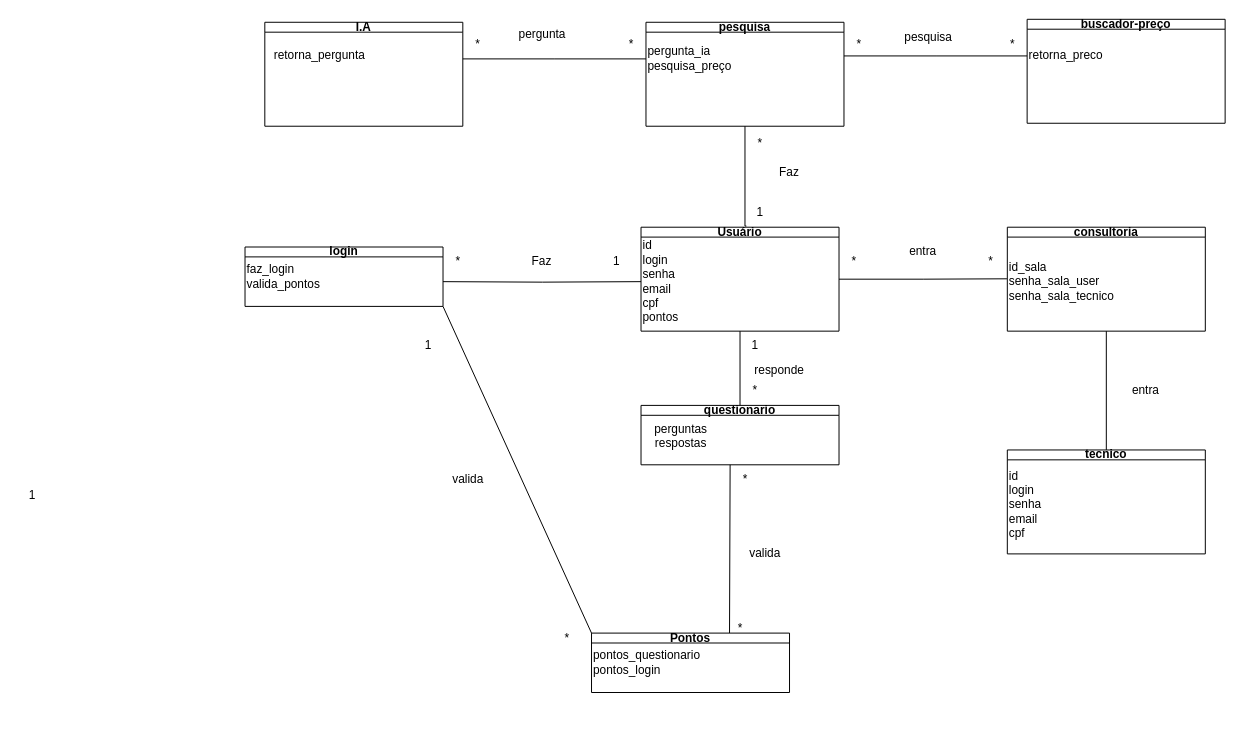
Above: page "Page-10" (10 of 10) of Diagrama sem nome.drawio in devguina/CEFET-Software_Engineering (draw.io), before the change. Source tidied: cells renumbered, new cells numbered last; positions are measured from the earlier drawing's top-left corner, leaving out a move shared by most shapes. Both pictures are drawn from the tidied source at 99%, with x=0, y=0 at pixel (17, 19).
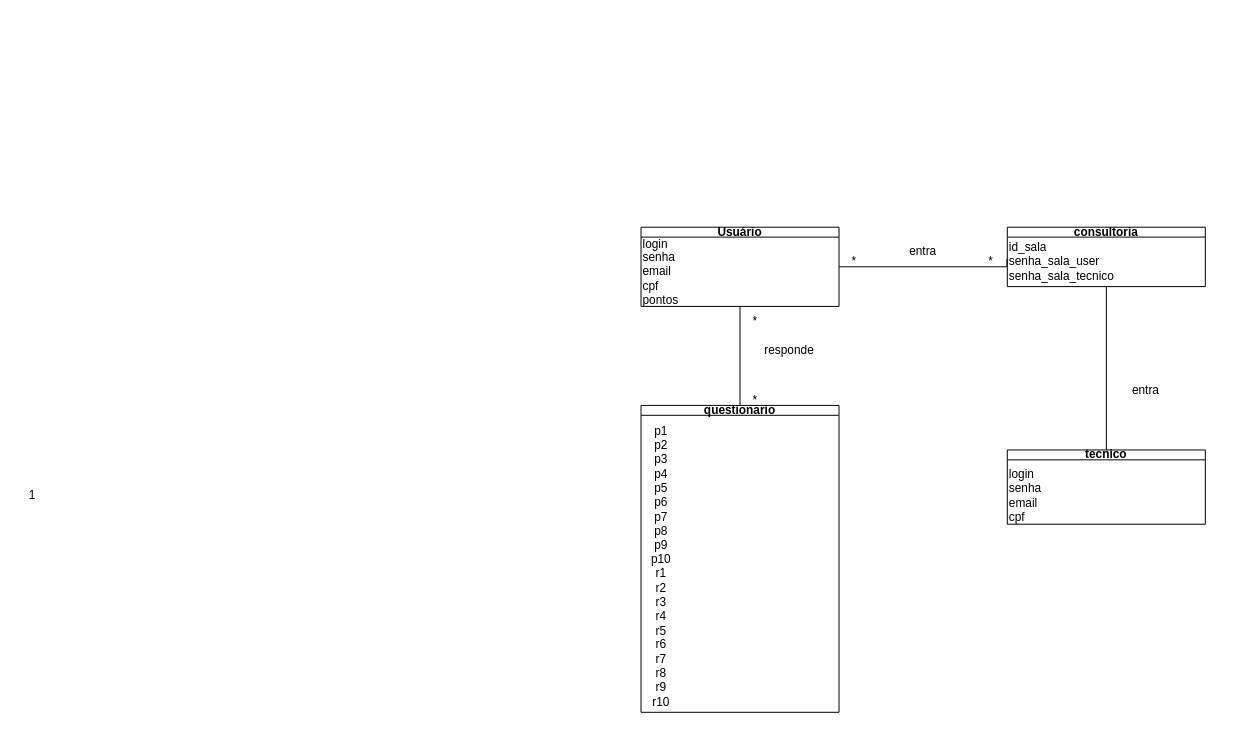
The same page after the edit.

What changed in the source:
```diff
@@
     <mxCell id="3" value="Usuário" style="swimlane;whiteSpace=wrap;html=1;startSize=10;" parent="1" vertex="1">
-      <mxGeometry x="630" y="210" width="200" height="105" as="geometry" />
+      <mxGeometry x="630" y="210" width="200" height="80" as="geometry" />
     </mxCell>
-    <mxCell id="4" value="id&lt;div&gt;login&lt;/div&gt;&lt;div&gt;senha&lt;/div&gt;&lt;div&gt;email&lt;/div&gt;&lt;div&gt;cpf&lt;/div&gt;&lt;div&gt;pontos&lt;/div&gt;" style="text;html=1;align=left;verticalAlign=middle;points=[];strokeColor=none;fillColor=none;" parent="3" vertex="1">
-      <mxGeometry y="5" width="60" height="100" as="geometry" />
+    <mxCell id="4" value="&lt;div&gt;login&lt;/div&gt;&lt;div&gt;senha&lt;/div&gt;&lt;div&gt;email&lt;/div&gt;&lt;div&gt;cpf&lt;/div&gt;&lt;div&gt;pontos&lt;/div&gt;" style="text;html=1;align=left;verticalAlign=middle;points=[];strokeColor=none;fillColor=none;" parent="3" vertex="1">
+      <mxGeometry width="60" height="90" as="geometry" />
     </mxCell>
-    <mxCell id="5" style="edgeStyle=orthogonalEdgeStyle;rounded=0;jettySize=auto;html=1;endArrow=none;endFill=0;" parent="1" edge="1" target="4">
-      <mxGeometry relative="1" as="geometry">
-        <mxPoint x="430" y="265" as="sourcePoint" />
-      </mxGeometry>
-    </mxCell>
-    <mxCell id="6" value="login" style="swimlane;whiteSpace=wrap;html=1;startSize=10;" parent="1" vertex="1">
-      <mxGeometry x="230" y="230" width="200" height="60" as="geometry" />
-    </mxCell>
-    <mxCell id="7" value="&lt;div&gt;faz_login&lt;/div&gt;&lt;div&gt;valida_pontos&lt;/div&gt;" style="text;html=1;align=left;verticalAlign=middle;strokeColor=none;fillColor=none;" parent="6" vertex="1">
-      <mxGeometry y="10" width="100" height="40" as="geometry" />
-    </mxCell>
-    <mxCell id="8" style="rounded=0;jettySize=auto;html=1;entryX=0.697;entryY=0.031;entryDx=0;entryDy=0;endArrow=none;endFill=0;entryPerimeter=0;" parent="1" edge="1" target="27">
-      <mxGeometry relative="1" as="geometry">
-        <mxPoint x="720" y="450" as="sourcePoint" />
-      </mxGeometry>
-    </mxCell>
     <mxCell id="9" value="questionario" style="swimlane;whiteSpace=wrap;html=1;startSize=10;" parent="1" vertex="1">
-      <mxGeometry x="630" y="390" width="200" height="60" as="geometry" />
+      <mxGeometry x="630" y="390" width="200" height="310" as="geometry" />
     </mxCell>
-    <mxCell id="10" value="perguntas&lt;div&gt;respostas&lt;/div&gt;" style="text;html=1;align=center;verticalAlign=middle;strokeColor=none;fillColor=none;" parent="9" vertex="1">
-      <mxGeometry y="11" width="80" height="40" as="geometry" />
+    <mxCell id="10" value="&lt;div&gt;p1&lt;/div&gt;&lt;div&gt;p2&lt;/div&gt;&lt;div&gt;p3&lt;/div&gt;&lt;div&gt;p4&lt;/div&gt;&lt;div&gt;p5&lt;/div&gt;&lt;div&gt;p6&lt;/div&gt;&lt;div&gt;p7&lt;/div&gt;&lt;div&gt;p8&lt;/div&gt;&lt;div&gt;p9&lt;/div&gt;&lt;div&gt;p10&lt;/div&gt;&lt;div&gt;r1&lt;/div&gt;&lt;div&gt;r2&lt;/div&gt;&lt;div&gt;r3&lt;/div&gt;&lt;div&gt;r4&lt;/div&gt;&lt;div&gt;r5&lt;/div&gt;&lt;div&gt;r6&lt;/div&gt;&lt;div&gt;r7&lt;/div&gt;&lt;div&gt;r8&lt;/div&gt;&lt;div&gt;r9&lt;/div&gt;&lt;div&gt;r10&lt;/div&gt;&lt;div&gt;&lt;br&gt;&lt;/div&gt;" style="text;html=1;align=center;verticalAlign=middle;strokeColor=none;fillColor=none;" parent="9" vertex="1">
+      <mxGeometry y="10" width="40" height="320" as="geometry" />
     </mxCell>
     <mxCell id="11" value="responde" style="text;html=1;align=center;verticalAlign=middle;whiteSpace=wrap;rounded=0;" parent="1" vertex="1">
-      <mxGeometry x="740" y="340" width="60" height="30" as="geometry" />
+      <mxGeometry x="750" y="320" width="60" height="30" as="geometry" />
     </mxCell>
-    <mxCell id="12" value="1" style="text;html=1;align=center;verticalAlign=middle;strokeColor=none;fillColor=none;" parent="1" vertex="1">
-      <mxGeometry x="730" y="315" width="30" height="30" as="geometry" />
+    <mxCell id="12" value="*" style="text;html=1;align=center;verticalAlign=middle;strokeColor=none;fillColor=none;" parent="1" vertex="1">
+      <mxGeometry x="730" y="290" width="30" height="30" as="geometry" />
     </mxCell>
     <mxCell id="13" value="*" style="text;html=1;align=center;verticalAlign=middle;strokeColor=none;fillColor=none;" parent="1" vertex="1">
-      <mxGeometry x="730" y="360" width="30" height="30" as="geometry" />
+      <mxGeometry x="730" y="370" width="30" height="30" as="geometry" />
     </mxCell>
-    <mxCell id="14" value="*" style="text;html=1;align=center;verticalAlign=middle;strokeColor=none;fillColor=none;" parent="1" vertex="1">
-      <mxGeometry x="835" y="10" width="30" height="30" as="geometry" />
-    </mxCell>
-    <mxCell id="15" value="pesquisa" style="swimlane;whiteSpace=wrap;html=1;startSize=10;" parent="1" vertex="1">
-      <mxGeometry x="635" y="3" width="200" height="105" as="geometry" />
-    </mxCell>
-    <mxCell id="16" style="edgeStyle=orthogonalEdgeStyle;rounded=0;jettySize=auto;html=1;endArrow=none;endFill=0;" parent="15" edge="1" source="17">
-      <mxGeometry relative="1" as="geometry">
-        <mxPoint x="-185" y="37" as="targetPoint" />
-      </mxGeometry>
-    </mxCell>
-    <mxCell id="17" value="pergunta_ia&lt;div&gt;pesquisa_preço&lt;/div&gt;" style="text;html=1;align=left;verticalAlign=middle;points=[];strokeColor=none;fillColor=none;" parent="15" vertex="1">
-      <mxGeometry y="17" width="110" height="40" as="geometry" />
-    </mxCell>
-    <mxCell id="18" value="I.A" style="swimlane;whiteSpace=wrap;html=1;startSize=10;" parent="1" vertex="1">
-      <mxGeometry x="250" y="3" width="200" height="105" as="geometry" />
-    </mxCell>
-    <mxCell id="19" value="retorna_pergunta" style="text;html=1;align=center;verticalAlign=middle;strokeColor=none;fillColor=none;" parent="18" vertex="1">
-      <mxGeometry x="-5" y="19" width="120" height="30" as="geometry" />
-    </mxCell>
-    <mxCell id="20" style="edgeStyle=orthogonalEdgeStyle;rounded=0;jettySize=auto;html=1;entryX=0.532;entryY=-0.011;entryDx=0;entryDy=0;entryPerimeter=0;endArrow=none;endFill=0;" parent="1" edge="1" source="15" target="3">
-      <mxGeometry relative="1" as="geometry">
-        <Array as="points">
-          <mxPoint x="735" y="209" />
-        </Array>
-      </mxGeometry>
-    </mxCell>
-    <mxCell id="21" value="buscador-preço" style="swimlane;whiteSpace=wrap;html=1;startSize=10;" parent="1" vertex="1">
-      <mxGeometry x="1020" width="200" height="105" as="geometry" />
-    </mxCell>
-    <mxCell id="22" style="edgeStyle=orthogonalEdgeStyle;rounded=0;jettySize=auto;html=1;endArrow=none;endFill=0;" parent="21" edge="1" source="23">
-      <mxGeometry relative="1" as="geometry">
-        <mxPoint x="-185" y="37" as="targetPoint" />
-      </mxGeometry>
-    </mxCell>
-    <mxCell id="23" value="retorna_preco" style="text;html=1;align=left;verticalAlign=middle;points=[];strokeColor=none;fillColor=none;" parent="21" vertex="1">
-      <mxGeometry y="22" width="100" height="30" as="geometry" />
-    </mxCell>
-    <mxCell id="24" value="*" style="text;html=1;align=center;verticalAlign=middle;strokeColor=none;fillColor=none;" parent="1" vertex="1">
-      <mxGeometry x="990" y="10" width="30" height="30" as="geometry" />
-    </mxCell>
-    <mxCell id="25" value="*" style="text;html=1;align=center;verticalAlign=middle;strokeColor=none;fillColor=none;" parent="1" vertex="1">
-      <mxGeometry x="450" y="10" width="30" height="30" as="geometry" />
-    </mxCell>
-    <mxCell id="26" value="*" style="text;html=1;align=center;verticalAlign=middle;strokeColor=none;fillColor=none;" parent="1" vertex="1">
-      <mxGeometry x="605" y="10" width="30" height="30" as="geometry" />
-    </mxCell>
-    <mxCell id="27" value="Pontos" style="swimlane;whiteSpace=wrap;html=1;startSize=10;" parent="1" vertex="1">
-      <mxGeometry x="580" y="620" width="200" height="60" as="geometry" />
-    </mxCell>
-    <mxCell id="28" value="pontos_questionario&lt;div&gt;pontos_login&lt;/div&gt;" style="text;html=1;align=left;verticalAlign=middle;strokeColor=none;fillColor=none;" parent="27" vertex="1">
-      <mxGeometry y="10" width="130" height="40" as="geometry" />
-    </mxCell>
-    <mxCell id="29" value="Faz" style="text;html=1;align=center;verticalAlign=middle;whiteSpace=wrap;rounded=0;" parent="1" vertex="1">
-      <mxGeometry x="500" y="230" width="60" height="30" as="geometry" />
-    </mxCell>
-    <mxCell id="30" value="1" style="text;html=1;align=center;verticalAlign=middle;strokeColor=none;fillColor=none;" parent="1" vertex="1">
-      <mxGeometry x="590" y="230" width="30" height="30" as="geometry" />
-    </mxCell>
-    <mxCell id="31" value="*" style="text;html=1;align=center;verticalAlign=middle;strokeColor=none;fillColor=none;" parent="1" vertex="1">
-      <mxGeometry x="430" y="230" width="30" height="30" as="geometry" />
-    </mxCell>
-    <mxCell id="32" style="rounded=0;jettySize=auto;html=1;entryX=0;entryY=0;entryDx=0;entryDy=0;endArrow=none;endFill=0;exitX=1;exitY=1;exitDx=0;exitDy=0;" parent="1" edge="1" source="6" target="27">
-      <mxGeometry relative="1" as="geometry" />
-    </mxCell>
-    <mxCell id="33" value="*" style="text;html=1;align=center;verticalAlign=middle;strokeColor=none;fillColor=none;" parent="1" vertex="1">
-      <mxGeometry x="720" y="450" width="30" height="30" as="geometry" />
-    </mxCell>
-    <mxCell id="34" value="*" style="text;html=1;align=center;verticalAlign=middle;strokeColor=none;fillColor=none;" parent="1" vertex="1">
-      <mxGeometry x="715" y="600" width="30" height="30" as="geometry" />
-    </mxCell>
-    <mxCell id="35" value="1" style="text;html=1;align=center;verticalAlign=middle;strokeColor=none;fillColor=none;" parent="1" vertex="1">
-      <mxGeometry x="400" y="315" width="30" height="30" as="geometry" />
-    </mxCell>
@@
-    <mxCell id="37" value="*" style="text;html=1;align=center;verticalAlign=middle;strokeColor=none;fillColor=none;" parent="1" vertex="1">
-      <mxGeometry x="540" y="610" width="30" height="30" as="geometry" />
-    </mxCell>
-    <mxCell id="38" value="pesquisa" style="text;html=1;align=center;verticalAlign=middle;strokeColor=none;fillColor=none;" parent="1" vertex="1">
-      <mxGeometry x="885" y="3" width="70" height="30" as="geometry" />
-    </mxCell>
-    <mxCell id="39" value="pergunta" style="text;html=1;align=center;verticalAlign=middle;strokeColor=none;fillColor=none;" parent="1" vertex="1">
-      <mxGeometry x="495" width="70" height="30" as="geometry" />
-    </mxCell>
-    <mxCell id="40" value="Faz" style="text;html=1;align=center;verticalAlign=middle;whiteSpace=wrap;rounded=0;" parent="1" vertex="1">
-      <mxGeometry x="750" y="140" width="60" height="30" as="geometry" />
-    </mxCell>
-    <mxCell id="41" value="1" style="text;html=1;align=center;verticalAlign=middle;strokeColor=none;fillColor=none;" parent="1" vertex="1">
-      <mxGeometry x="735" y="180" width="30" height="30" as="geometry" />
-    </mxCell>
-    <mxCell id="42" value="*" style="text;html=1;align=center;verticalAlign=middle;strokeColor=none;fillColor=none;" parent="1" vertex="1">
-      <mxGeometry x="735" y="110" width="30" height="30" as="geometry" />
-    </mxCell>
-    <mxCell id="43" value="valida" style="text;html=1;align=center;verticalAlign=middle;strokeColor=none;fillColor=none;" parent="1" vertex="1">
-      <mxGeometry x="430" y="450" width="50" height="30" as="geometry" />
-    </mxCell>
-    <mxCell id="44" value="valida" style="text;html=1;align=center;verticalAlign=middle;strokeColor=none;fillColor=none;" parent="1" vertex="1">
-      <mxGeometry x="730" y="525" width="50" height="30" as="geometry" />
-    </mxCell>
     <mxCell id="45" value="consultoria" style="swimlane;whiteSpace=wrap;html=1;startSize=10;" parent="1" vertex="1">
-      <mxGeometry x="1000" y="210" width="200" height="105" as="geometry" />
+      <mxGeometry x="1000" y="210" width="200" height="60" as="geometry" />
     </mxCell>
     <mxCell id="46" value="id_sala&lt;div&gt;senha_sala_user&lt;/div&gt;&lt;div&gt;senha_sala_tecnico&lt;/div&gt;" style="text;html=1;align=left;verticalAlign=middle;points=[];strokeColor=none;fillColor=none;" parent="45" vertex="1">
-      <mxGeometry y="25" width="130" height="60" as="geometry" />
+      <mxGeometry y="5" width="130" height="60" as="geometry" />
     </mxCell>
@@
     <mxCell id="48" value="tecnico" style="swimlane;whiteSpace=wrap;html=1;startSize=10;" parent="1" vertex="1">
-      <mxGeometry x="1000" y="435" width="200" height="105" as="geometry" />
+      <mxGeometry x="1000" y="435" width="200" height="75" as="geometry" />
     </mxCell>
-    <mxCell id="49" value="id&lt;div&gt;login&lt;/div&gt;&lt;div&gt;senha&lt;/div&gt;&lt;div&gt;email&lt;/div&gt;&lt;div&gt;cpf&lt;/div&gt;" style="text;html=1;align=left;verticalAlign=middle;strokeColor=none;fillColor=none;" parent="48" vertex="1">
-      <mxGeometry y="10" width="60" height="90" as="geometry" />
+    <mxCell id="49" value="&lt;div&gt;login&lt;/div&gt;&lt;div&gt;senha&lt;/div&gt;&lt;div&gt;email&lt;/div&gt;&lt;div&gt;cpf&lt;/div&gt;" style="text;html=1;align=left;verticalAlign=middle;strokeColor=none;fillColor=none;" parent="48" vertex="1">
+      <mxGeometry y="10.5" width="60" height="70" as="geometry" />
     </mxCell>
     <mxCell id="50" style="edgeStyle=orthogonalEdgeStyle;rounded=0;jettySize=auto;html=1;endArrow=none;endFill=0;entryX=-0.003;entryY=0.452;entryDx=0;entryDy=0;entryPerimeter=0;" parent="1" edge="1" source="3" target="46">
-      <mxGeometry relative="1" as="geometry" />
+      <mxGeometry relative="1" as="geometry">
+        <Array as="points">
+          <mxPoint x="1000" y="250" />
+        </Array>
+      </mxGeometry>
     </mxCell>
```
